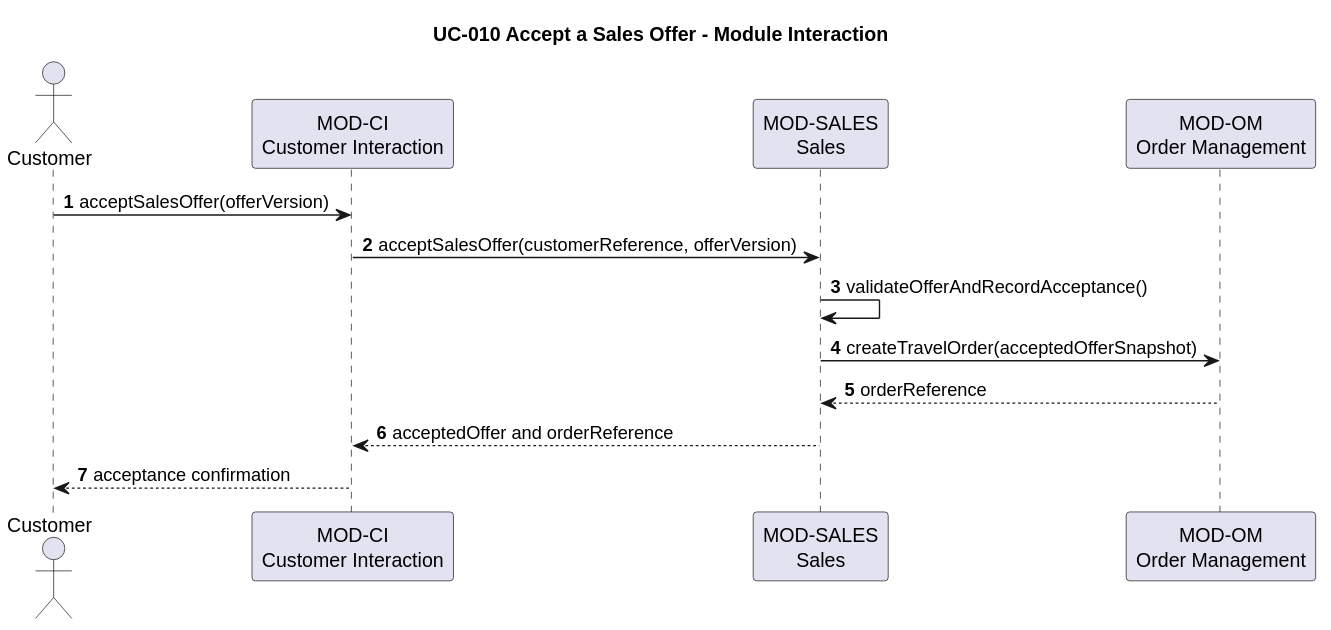
Before: docs/architecture/software-architecture/uc-010-accept-sales-offer.svg, a diagram exported from PlantUML (hochschule-darmstadt/a3se_app).
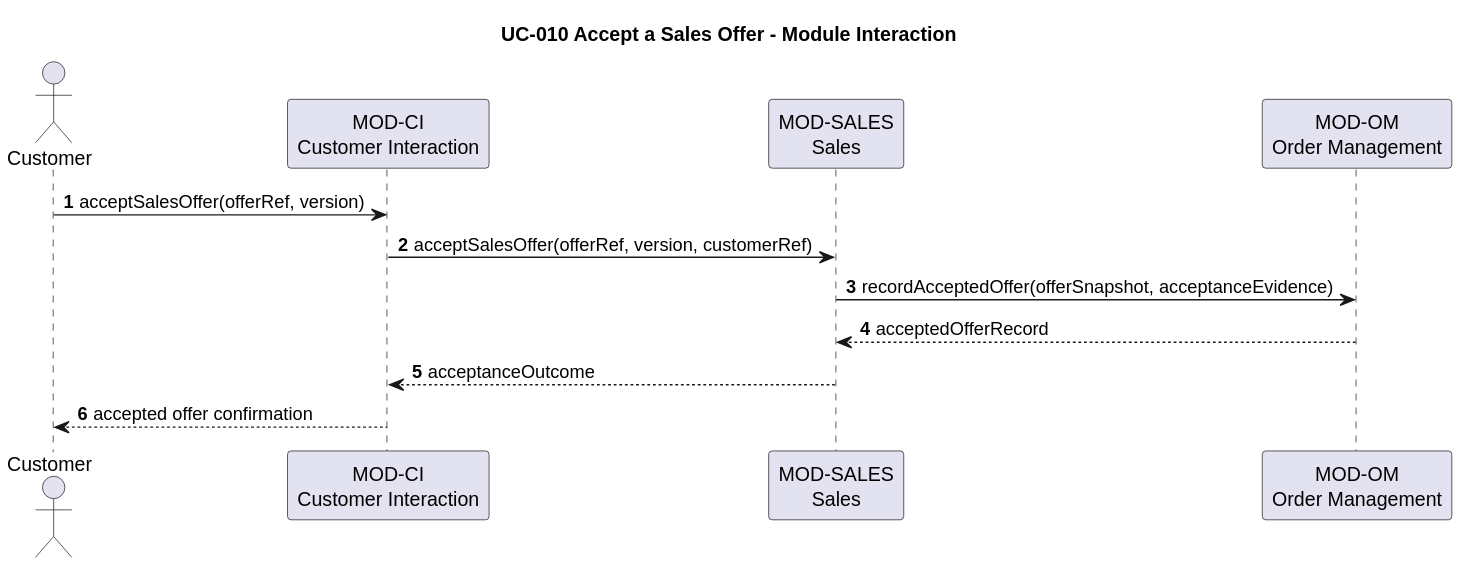
After the change.

Diff of the diagram source:
```diff
@@ -6,11 +6,10 @@
 participant "MOD-SALES\nSales" as SALES
 participant "MOD-OM\nOrder Management" as OM
 
-Customer -> CI: acceptSalesOffer(offerVersion)
-CI -> SALES: acceptSalesOffer(customerReference, offerVersion)
-SALES -> SALES: validateOfferAndRecordAcceptance()
-SALES -> OM: createTravelOrder(acceptedOfferSnapshot)
-OM --> SALES: orderReference
-SALES --> CI: acceptedOffer and orderReference
-CI --> Customer: acceptance confirmation
+Customer -> CI: acceptSalesOffer(offerRef, version)
+CI -> SALES: acceptSalesOffer(offerRef, version, customerRef)
+SALES -> OM: recordAcceptedOffer(offerSnapshot, acceptanceEvidence)
+OM --> SALES: acceptedOfferRecord
+SALES --> CI: acceptanceOutcome
+CI --> Customer: accepted offer confirmation
 @enduml
```
